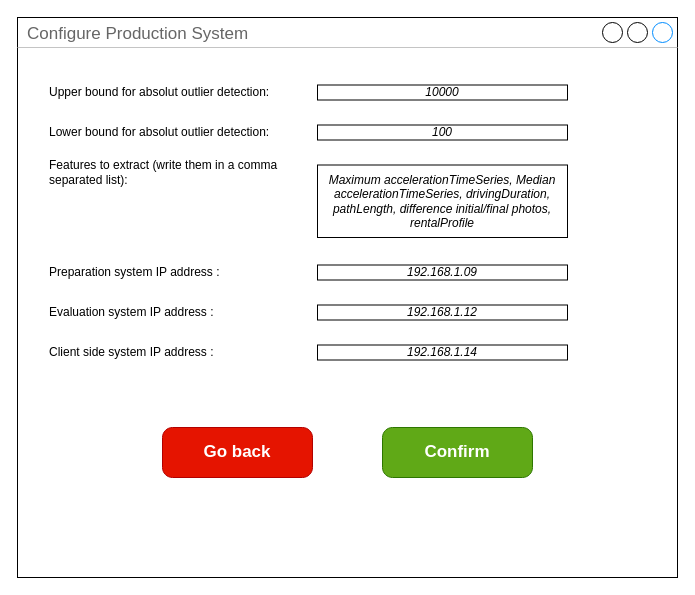
Before: configure/production_system(JACO).drawio in BaffoBello14/AutomaticDamagesRecognition, a draw.io diagram. Source tidied: cells renumbered, new cells numbered last; positions are measured from the earlier drawing's top-left corner, leaving out a move shared by most shapes. Both pictures are drawn from the tidied source at 100%, with x=0, y=0 at pixel (17, 17).
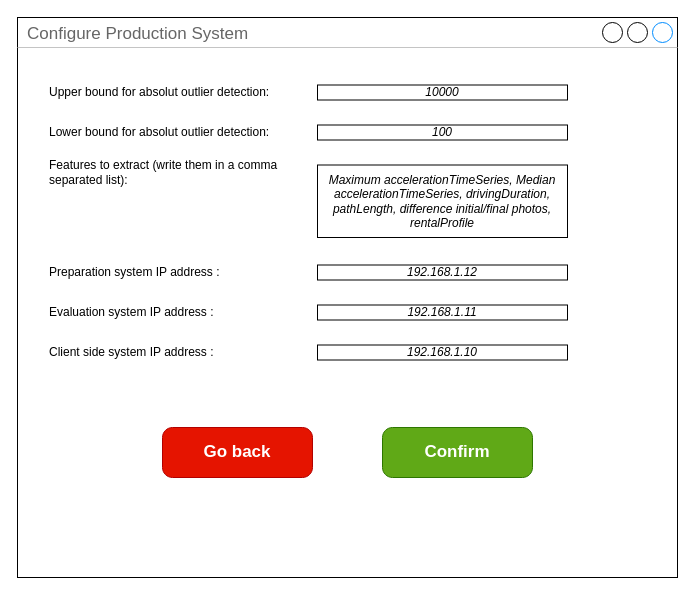
The same diagram, later.

Change to the diagram source:
```diff
@@
 <mxGraphModel>
   <root>
     <mxCell id="0" />
     <mxCell id="1" parent="0" />
     <mxCell id="2" value="Configure Production System" style="strokeWidth=1;shadow=0;dashed=0;align=center;html=1;shape=mxgraph.mockup.containers.window;align=left;verticalAlign=top;spacingLeft=8;strokeColor2=#008cff;strokeColor3=#c4c4c4;fontColor=#666666;mainText=;fontSize=17;labelBackgroundColor=none;whiteSpace=wrap;" parent="1" vertex="1">
       <mxGeometry width="660" height="560" as="geometry" />
     </mxCell>
     <mxCell id="3" value="Confirm" style="strokeWidth=1;shadow=0;dashed=0;align=center;html=1;shape=mxgraph.mockup.buttons.button;strokeColor=#2D7600;fontColor=#ffffff;mainText=;buttonStyle=round;fontSize=17;fontStyle=1;fillColor=#60a917;whiteSpace=wrap;" parent="1" vertex="1">
       <mxGeometry x="365" y="410" width="150" height="50" as="geometry" />
     </mxCell>
     <mxCell id="4" value="Go back" style="strokeWidth=1;shadow=0;dashed=0;align=center;html=1;shape=mxgraph.mockup.buttons.button;strokeColor=#B20000;mainText=;buttonStyle=round;fontSize=17;fontStyle=1;fillColor=#e51400;whiteSpace=wrap;fontColor=#ffffff;" parent="1" vertex="1">
       <mxGeometry x="145" y="410" width="150" height="50" as="geometry" />
     </mxCell>
     <mxCell id="5" value="Upper bound for absolut outlier detection:" style="text;html=1;strokeColor=none;fillColor=none;align=left;verticalAlign=middle;whiteSpace=wrap;rounded=0;" parent="1" vertex="1">
       <mxGeometry x="30" y="60" width="240" height="30" as="geometry" />
     </mxCell>
     <mxCell id="6" value="&lt;i&gt;&lt;font&gt;10000&lt;/font&gt;&lt;/i&gt;" style="rounded=0;whiteSpace=wrap;html=1;fontColor=#000000;" parent="1" vertex="1">
       <mxGeometry x="300" y="67.5" width="250" height="15" as="geometry" />
     </mxCell>
     <mxCell id="7" value="Lower bound for absolut outlier detection:" style="text;html=1;strokeColor=none;fillColor=none;align=left;verticalAlign=middle;whiteSpace=wrap;rounded=0;" parent="1" vertex="1">
       <mxGeometry x="30" y="100" width="230" height="30" as="geometry" />
     </mxCell>
     <mxCell id="8" value="&lt;i&gt;&lt;font&gt;100&lt;/font&gt;&lt;/i&gt;" style="rounded=0;whiteSpace=wrap;html=1;fontColor=#000000;" parent="1" vertex="1">
       <mxGeometry x="300" y="107.5" width="250" height="15" as="geometry" />
     </mxCell>
     <mxCell id="9" value="Features to extract (write them in a comma separated list):" style="text;html=1;strokeColor=none;fillColor=none;align=left;verticalAlign=middle;whiteSpace=wrap;rounded=0;" parent="1" vertex="1">
       <mxGeometry x="30" y="140" width="240" height="30" as="geometry" />
     </mxCell>
     <mxCell id="10" value="&lt;i&gt;Maximum accelerationTimeSeries, Median accelerationTimeSeries, drivingDuration, pathLength, difference initial/final photos, rentalProfile&lt;/i&gt;" style="rounded=0;whiteSpace=wrap;html=1;fontColor=#000000;" parent="1" vertex="1">
       <mxGeometry x="300" y="147.5" width="250" height="72.5" as="geometry" />
     </mxCell>
     <mxCell id="11" value="Preparation system IP address :" style="text;html=1;strokeColor=none;fillColor=none;align=left;verticalAlign=middle;whiteSpace=wrap;rounded=0;" parent="1" vertex="1">
       <mxGeometry x="30" y="240" width="210" height="30" as="geometry" />
     </mxCell>
-    <mxCell id="12" value="&lt;i style=&quot;border-color: var(--border-color);&quot;&gt;&lt;font style=&quot;border-color: var(--border-color);&quot;&gt;192.168.1.09&lt;/font&gt;&lt;/i&gt;" style="rounded=0;whiteSpace=wrap;html=1;fontColor=#000000;" parent="1" vertex="1">
+    <mxCell id="12" value="&lt;i style=&quot;border-color: var(--border-color);&quot;&gt;&lt;font style=&quot;border-color: var(--border-color);&quot;&gt;192.168.1.12&lt;/font&gt;&lt;/i&gt;" style="rounded=0;whiteSpace=wrap;html=1;fontColor=#000000;" parent="1" vertex="1">
       <mxGeometry x="300" y="247.5" width="250" height="15" as="geometry" />
     </mxCell>
     <mxCell id="13" value="Evaluation system IP address :" style="text;html=1;strokeColor=none;fillColor=none;align=left;verticalAlign=middle;whiteSpace=wrap;rounded=0;" parent="1" vertex="1">
       <mxGeometry x="30" y="280" width="210" height="30" as="geometry" />
     </mxCell>
-    <mxCell id="14" value="&lt;i style=&quot;border-color: var(--border-color);&quot;&gt;&lt;font style=&quot;border-color: var(--border-color);&quot;&gt;192.168.1.12&lt;/font&gt;&lt;/i&gt;" style="rounded=0;whiteSpace=wrap;html=1;fontColor=#000000;" parent="1" vertex="1">
+    <mxCell id="14" value="&lt;i style=&quot;border-color: var(--border-color);&quot;&gt;&lt;font style=&quot;border-color: var(--border-color);&quot;&gt;192.168.1.11&lt;/font&gt;&lt;/i&gt;" style="rounded=0;whiteSpace=wrap;html=1;fontColor=#000000;" parent="1" vertex="1">
       <mxGeometry x="300" y="287.5" width="250" height="15" as="geometry" />
     </mxCell>
     <mxCell id="15" value="Client side system IP address :" style="text;html=1;strokeColor=none;fillColor=none;align=left;verticalAlign=middle;whiteSpace=wrap;rounded=0;" parent="1" vertex="1">
       <mxGeometry x="30" y="320" width="210" height="30" as="geometry" />
     </mxCell>
-    <mxCell id="16" value="&lt;i style=&quot;border-color: var(--border-color);&quot;&gt;&lt;font style=&quot;border-color: var(--border-color);&quot;&gt;192.168.1.14&lt;/font&gt;&lt;/i&gt;" style="rounded=0;whiteSpace=wrap;html=1;fontColor=#000000;" parent="1" vertex="1">
+    <mxCell id="16" value="&lt;i style=&quot;border-color: var(--border-color);&quot;&gt;&lt;font style=&quot;border-color: var(--border-color);&quot;&gt;192.168.1.10&lt;/font&gt;&lt;/i&gt;" style="rounded=0;whiteSpace=wrap;html=1;fontColor=#000000;" parent="1" vertex="1">
       <mxGeometry x="300" y="327.5" width="250" height="15" as="geometry" />
     </mxCell>
   </root>
 </mxGraphModel>
```
